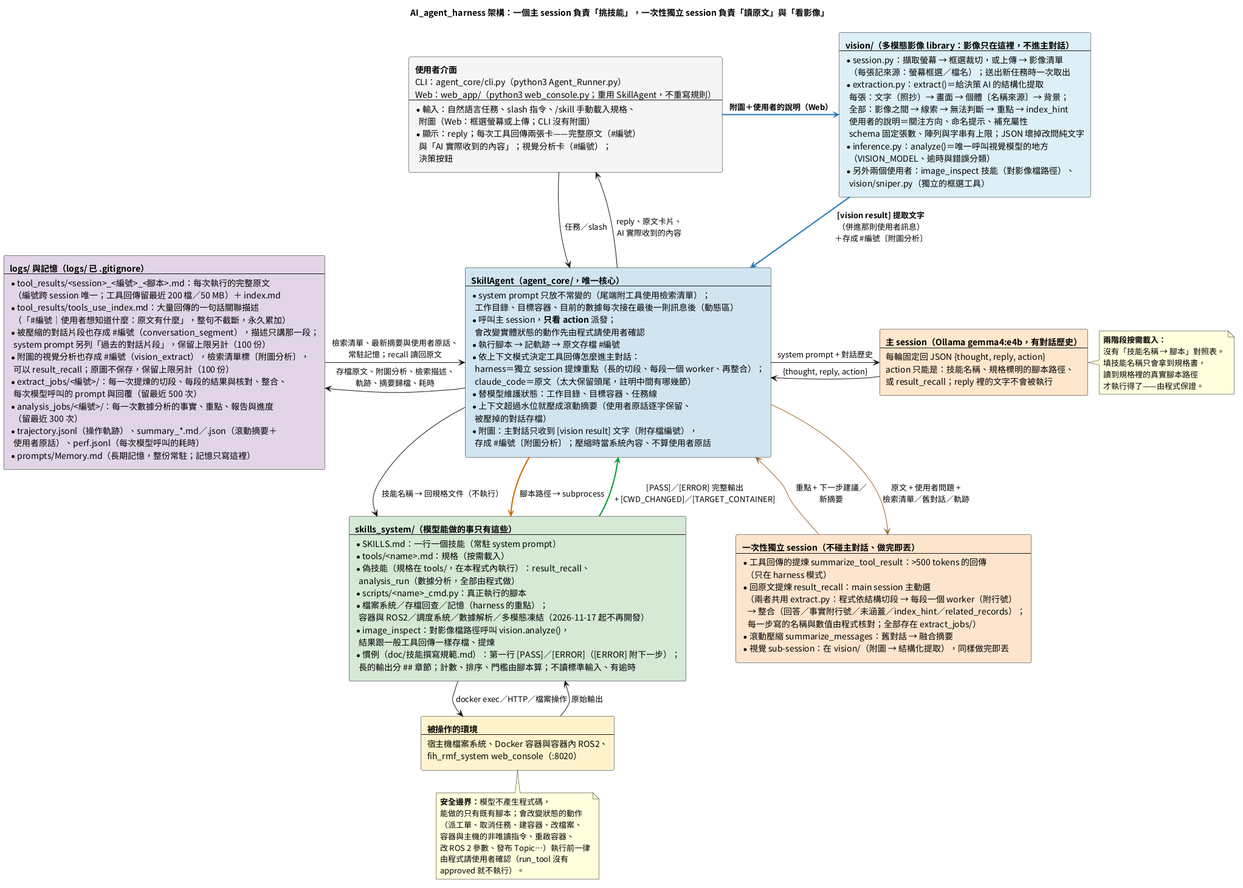
The PlantUML diagram doc/images/AI_agent_harness的說明.png in DavidZox/Coding_agnet, before a commit. Source of this version:
```plantuml
@startuml
skinparam RectangleWidthMax 340
skinparam ranksep 60
skinparam nodesep 60
skinparam shadowing false
skinparam defaultFontName "Noto Sans CJK TC"

title AI_agent_harness 架構：一個主 session 負責「挑技能」，一次性獨立 session 負責「讀原文」與「看影像」

rectangle NodeUser #F5F5F5 [
  **使用者介面**
  CLI：agent_core/cli.py（python3 Agent_Runner.py）
  Web：web_app/（python3 web_console.py；重用 SkillAgent，不重寫規則）
  ----
  * 輸入：自然語言任務、slash 指令、/skill 手動載入規格、
    附圖（Web：框選螢幕或上傳；CLI 沒有附圖）
  * 顯示：reply；每次工具回傳兩張卡——完整原文（#編號）
    與「AI 實際收到的內容」；視覺分析卡（#編號）；
    決策按鈕
]

rectangle NodeVision #DDEEF6 [
  **vision/（多模態影像 library：影像只在這裡，不進主對話）**
  ----
  * session.py：擷取螢幕 → 框選裁切，或上傳 → 影像清單
    （每張記來源：螢幕框選／檔名）；送出新任務時一次取出
  * extraction.py：extract()＝給決策 AI 的結構化提取
    每張：文字（照抄）→ 畫面 → 個體〔名稱來源〕→ 背景；
    全部：影像之間 → 線索 → 無法判斷 → 重點 → index_hint
    使用者的說明＝關注方向、命名提示、補充屬性
    schema 固定張數、陣列與字串有上限；JSON 壞掉改問純文字
  * inference.py：analyze()＝唯一呼叫視覺模型的地方
    （VISION_MODEL、逾時與錯誤分類）
  * 另外兩個使用者：image_inspect 技能（對影像檔路徑）、
    vision/sniper.py（獨立的框選工具）
]

rectangle NodeAgent #D1E5F0 [
  **SkillAgent（agent_core/，唯一核心）**
  ----
  * system prompt 只放不常變的（尾端附工具使用檢索清單）；
    工作目錄、目標容器、目前的數據每次接在最後一則訊息後（動態區）
  * 呼叫主 session，**只看 action** 派發；
    會改變實體狀態的動作先由程式請使用者確認
  * 執行腳本 → 記軌跡 → 原文存檔 #編號
  * 依上下文模式決定工具回傳怎麼進主對話：
    harness＝獨立 session 提煉重點（長的切段、每段一個 worker、再整合）；
    claude_code＝原文（太大保留頭尾，註明中間有哪幾節）
  * 替模型維護狀態：工作目錄、目標容器、任務線
  * 上下文超過水位就壓成滾動摘要（使用者原話逐字保留、
    被壓掉的對話存檔）
  * 附圖：主對話只收到 [vision result] 文字（附存檔編號），
    存成 #編號〔附圖分析〕；壓縮時當系統內容、不算使用者原話
]

rectangle NodeLLM #FFE6CC [
  **主 session（Ollama gemma4:e4b，有對話歷史）**
  ----
  每輪固定回 JSON {thought, reply, action}
  action 只能是：技能名稱、規格標明的腳本路徑、
  或 result_recall；reply 裡的文字不會被執行
]

rectangle NodeSub #FCE5CD [
  **一次性獨立 session（不碰主對話、做完即丟）**
  ----
  * 工具回傳的提煉 summarize_tool_result：>500 tokens 的回傳
    （只在 harness 模式）
  * 回原文提煉 result_recall：main session 主動選
    （兩者共用 extract.py：程式依結構切段 → 每段一個 worker（附行號）
     → 整合（回答／事實附行號／未涵蓋／index_hint／related_records）；
     每一步寫的名稱與數值由程式核對；全部存在 extract_jobs/）
  * 滾動壓縮 summarize_messages：舊對話 → 融合摘要
  * 視覺 sub-session：在 vision/（附圖 → 結構化提取），同樣做完即丟
]

rectangle NodeSkills #D5E8D4 [
  **skills_system/（模型能做的事只有這些）**
  ----
  * SKILLS.md：一行一個技能（常駐 system prompt）
  * tools/<name>.md：規格（按需載入）
  * 偽技能（規格在 tools/，在本程式內執行）：result_recall、
    analysis_run（數據分析，全部由程式做）
  * scripts/<name>_cmd.py：真正執行的腳本
  * 檔案系統／存檔回查／記憶（harness 的重點）；
    容器與 ROS2／調度系統／數據解析／多模態凍結（2026-11-17 起不再開發）
  * image_inspect：對影像檔路徑呼叫 vision.analyze()，
    結果跟一般工具回傳一樣存檔、提煉
  * 慣例（doc/技能撰寫規範.md）：第一行 [PASS]／[ERROR]（[ERROR] 附下一步）；
    長的輸出分 ## 章節；計數、排序、門檻由腳本算；不讀標準輸入、有逾時
]

rectangle NodeWorld #FFF2CC [
  **被操作的環境**
  ----
  宿主機檔案系統、Docker 容器與容器內 ROS2、
  fih_rmf_system web_console（:8020）
]

rectangle NodeStore #E1D5E7 [
  **logs/ 與記憶（logs/ 已 .gitignore）**
  ----
  * tool_results/<session>_<編號>_<腳本>.md：每次執行的完整原文
    （編號跨 session 唯一；工具回傳留最近 200 檔／50 MB）＋ index.md
  * tool_results/tools_use_index.md：大量回傳的一句話關聯描述
    （「#編號｜使用者想知道什麼：原文有什麼」，整句不截斷，永久累加）
  * 被壓縮的對話片段也存成 #編號（conversation_segment），描述只講那一段；
    system prompt 另列「過去的對話片段」，保留上限另計（100 份）
  * 附圖的視覺分析也存成 #編號（vision_extract），檢索清單標〔附圖分析〕，
    可以 result_recall；原圖不保存，保留上限另計（100 份）
  * extract_jobs/<編號>/：每一次提煉的切段、每段的結果與核對、整合、
    每次模型呼叫的 prompt 與回覆（留最近 500 次）
  * analysis_jobs/<編號>/：每一次數據分析的事實、重點、報告與進度
    （留最近 300 次）
  * trajectory.jsonl（操作軌跡）、summary_*.md／.json（滾動摘要＋
    使用者原話）、perf.jsonl（每次模型呼叫的耗時）
  * prompts/Memory.md（長期記憶，整份常駐；記憶只寫這裡）
]

NodeUser -down-> NodeAgent : 任務／slash
NodeAgent -up-> NodeUser : reply、原文卡片、\nAI 實際收到的內容
NodeAgent -right-> NodeLLM : system prompt + 對話歷史
NodeLLM -left-> NodeAgent : {thought, reply, action}
NodeAgent -[#996633]right-> NodeSub : 原文 + 使用者問題 +\n檢索清單／舊對話／軌跡
NodeSub -[#996633]left-> NodeAgent : 重點 + 下一步建議／\n新摘要
NodeUser -[#1F77B4,bold]right-> NodeVision : **附圖＋使用者的說明（Web）**
NodeVision -[#1F77B4,bold]down-> NodeAgent : **[vision result] 提取文字**\n（併進那則使用者訊息）\n＋存成 #編號〔附圖分析〕
NodeAgent -down-> NodeSkills : 技能名稱 → 回規格文件（不執行）
NodeAgent -[#CC6600,bold]down-> NodeSkills : 腳本路徑 → subprocess
NodeSkills -down-> NodeWorld : docker exec／HTTP／檔案操作
NodeWorld -up-> NodeSkills : 原始輸出
NodeSkills -[#009933,bold]up-> NodeAgent : [PASS]／[ERROR] 完整輸出\n+ [CWD_CHANGED]／[TARGET_CONTAINER]
NodeAgent -left-> NodeStore : 存檔原文、附圖分析、檢索描述、\n軌跡、摘要歸檔、耗時
NodeStore -right-> NodeAgent : 檢索清單、最新摘要與使用者原話、\n常駐記憶；recall 讀回原文
NodeLLM -[hidden]down-> NodeSub
NodeVision -[hidden]down-> NodeLLM

note right of NodeLLM
  **兩階段按需載入：**
  沒有「技能名稱 → 腳本」對照表。
  填技能名稱只會拿到規格書，
  讀到規格裡的真實腳本路徑
  才執行得了——由程式保證。
end note

note bottom of NodeWorld
  **安全邊界：**模型不產生程式碼，
  能做的只有既有腳本；會改變狀態的動作
  （派工單、取消任務、建容器、改檔案、
  容器與主機的非唯讀指令、重啟容器、
  改 ROS 2 參數、發布 Topic…）執行前一律
  由程式請使用者確認（run_tool 沒有
  approved 就不執行）。
end note

@enduml
```
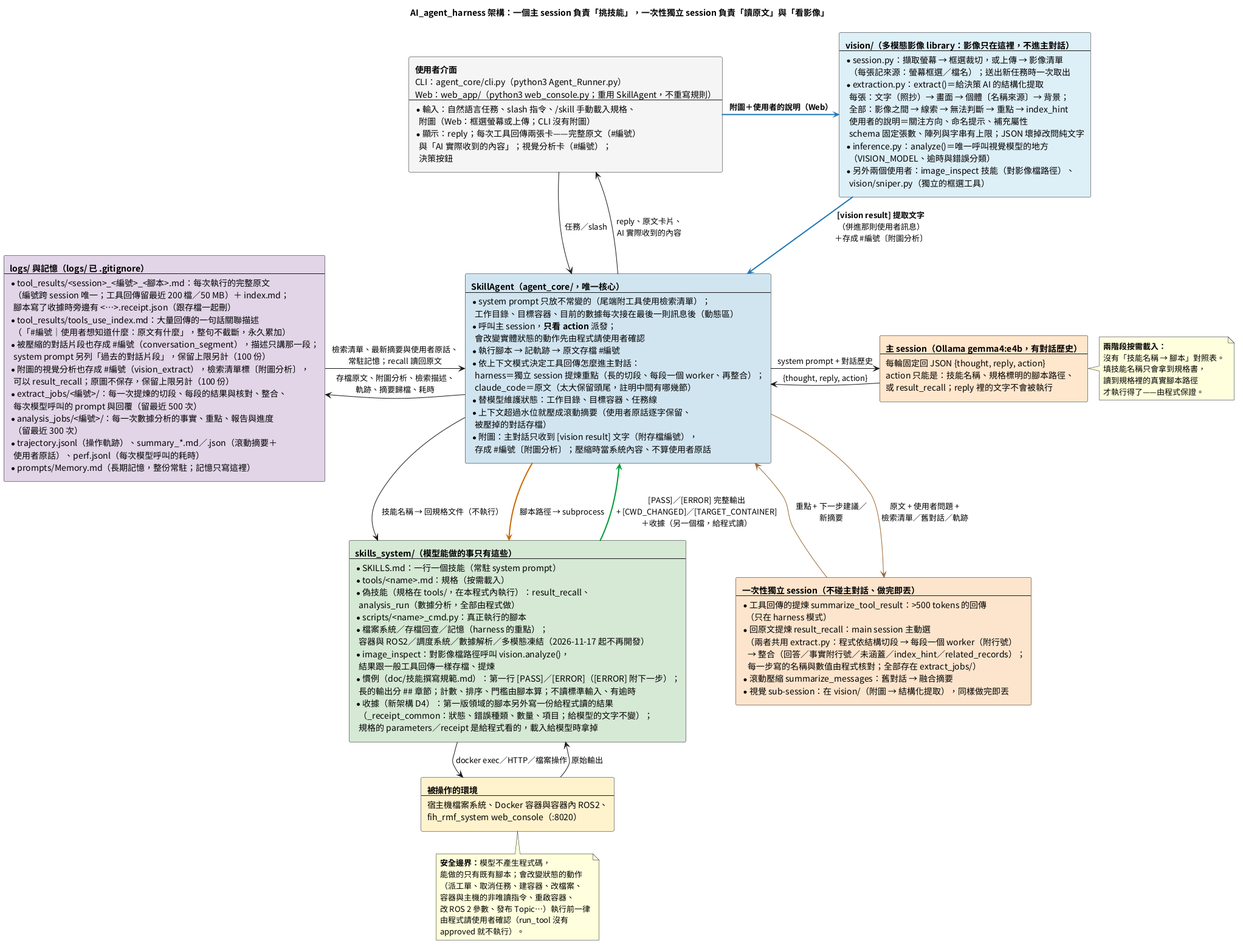
The same file after the commit.

Diff of the diagram source:
```diff
@@ -88,6 +88,9 @@
     結果跟一般工具回傳一樣存檔、提煉
   * 慣例（doc/技能撰寫規範.md）：第一行 [PASS]／[ERROR]（[ERROR] 附下一步）；
     長的輸出分 ## 章節；計數、排序、門檻由腳本算；不讀標準輸入、有逾時
+  * 收據（新架構 D4）：第一版領域的腳本另外寫一份給程式讀的結果
+    （_receipt_common：狀態、錯誤種類、數量、項目；給模型的文字不變）；
+    規格的 parameters／receipt 是給程式看的，載入給模型時拿掉
 ]
 
 rectangle NodeWorld #FFF2CC [
@@ -101,7 +104,8 @@
   **logs/ 與記憶（logs/ 已 .gitignore）**
   ----
   * tool_results/<session>_<編號>_<腳本>.md：每次執行的完整原文
-    （編號跨 session 唯一；工具回傳留最近 200 檔／50 MB）＋ index.md
+    （編號跨 session 唯一；工具回傳留最近 200 檔／50 MB）＋ index.md；
+    腳本寫了收據時旁邊有 <…>.receipt.json（跟存檔一起刪）
   * tool_results/tools_use_index.md：大量回傳的一句話關聯描述
     （「#編號｜使用者想知道什麼：原文有什麼」，整句不截斷，永久累加）
   * 被壓縮的對話片段也存成 #編號（conversation_segment），描述只講那一段；
@@ -129,7 +133,7 @@
 NodeAgent -[#CC6600,bold]down-> NodeSkills : 腳本路徑 → subprocess
 NodeSkills -down-> NodeWorld : docker exec／HTTP／檔案操作
 NodeWorld -up-> NodeSkills : 原始輸出
-NodeSkills -[#009933,bold]up-> NodeAgent : [PASS]／[ERROR] 完整輸出\n+ [CWD_CHANGED]／[TARGET_CONTAINER]
+NodeSkills -[#009933,bold]up-> NodeAgent : [PASS]／[ERROR] 完整輸出\n+ [CWD_CHANGED]／[TARGET_CONTAINER]\n＋收據（另一個檔，給程式讀）
 NodeAgent -left-> NodeStore : 存檔原文、附圖分析、檢索描述、\n軌跡、摘要歸檔、耗時
 NodeStore -right-> NodeAgent : 檢索清單、最新摘要與使用者原話、\n常駐記憶；recall 讀回原文
 NodeLLM -[hidden]down-> NodeSub
```
